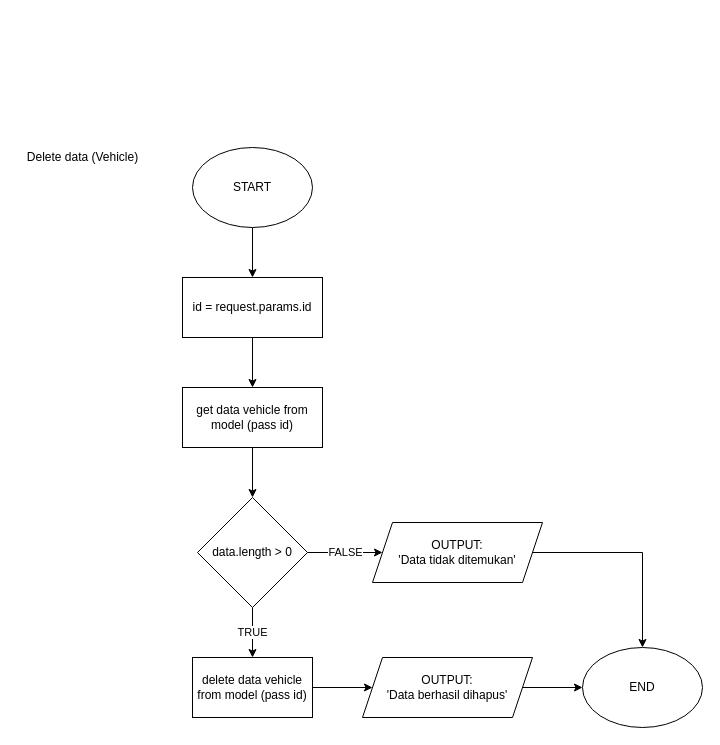
Before: page "Delete data (vehicle)" (4 of 6) of drawio/flowchart.drawio in 7shiroi/fw5-backend-beginner, a draw.io diagram. Source tidied: cells renumbered, new cells numbered last; positions are measured from the earlier drawing's top-left corner, leaving out a move shared by most shapes. Both pictures are drawn from the tidied source at 100%, with x=0, y=0 at pixel (17, 147).
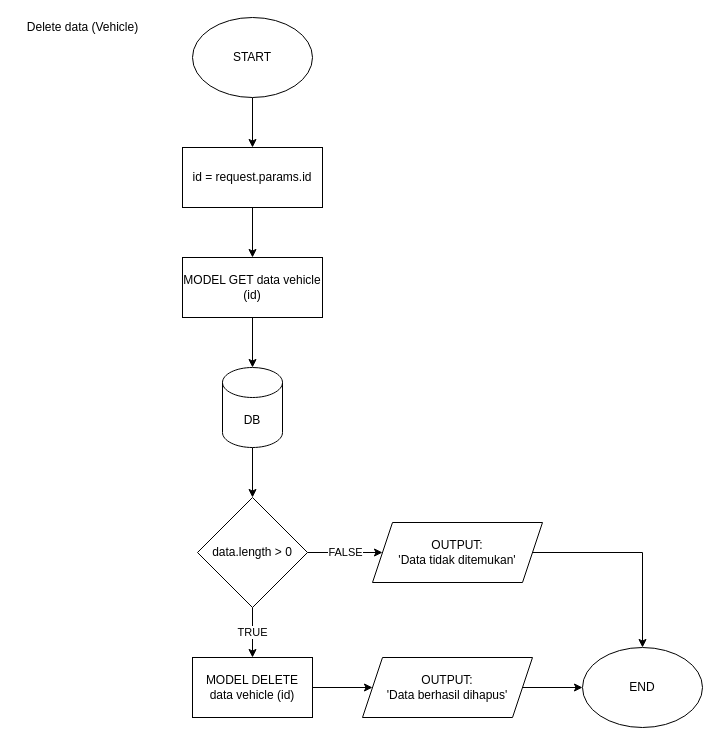
After the change.

The change refers to these unchanged cells:
```xml
<mxCell id="11" value="data.length &amp;gt; 0" style="rhombus;whiteSpace=wrap;html=1;" parent="1" vertex="1">
  <mxGeometry x="180" y="350" width="110" height="110" as="geometry" />
</mxCell>
```

Change to the diagram source:
```diff
@@
     <mxCell id="2" value="Delete data (Vehicle)" style="text;html=1;align=center;verticalAlign=middle;strokeColor=none;fillColor=none;" parent="1" vertex="1">
-      <mxGeometry width="130" height="20" as="geometry" />
+      <mxGeometry y="-130" width="130" height="20" as="geometry" />
     </mxCell>
@@
     <mxCell id="4" value="START" style="ellipse;whiteSpace=wrap;html=1;" parent="1" vertex="1">
-      <mxGeometry x="175" width="120" height="80" as="geometry" />
+      <mxGeometry x="175" y="-130" width="120" height="80" as="geometry" />
     </mxCell>
@@
     <mxCell id="6" value="id = request.params.id" style="rounded=0;whiteSpace=wrap;html=1;" parent="1" vertex="1">
-      <mxGeometry x="165" y="130" width="140" height="60" as="geometry" />
+      <mxGeometry x="165" width="140" height="60" as="geometry" />
     </mxCell>
-    <mxCell id="7" style="edgeStyle=orthogonalEdgeStyle;rounded=0;jettySize=auto;html=1;" parent="1" edge="1" source="8" target="11">
-      <mxGeometry relative="1" as="geometry" />
-    </mxCell>
+    <mxCell id="19" style="edgeStyle=orthogonalEdgeStyle;rounded=0;jettySize=auto;html=1;" parent="1" edge="1" source="8" target="21">
+      <mxGeometry relative="1" as="geometry" />
+    </mxCell>
-    <mxCell id="8" value="get data vehicle from model (pass id)" style="rounded=0;whiteSpace=wrap;html=1;" parent="1" vertex="1">
-      <mxGeometry x="165" y="240" width="140" height="60" as="geometry" />
+    <mxCell id="8" value="MODEL GET data vehicle (id)" style="rounded=0;whiteSpace=wrap;html=1;" parent="1" vertex="1">
+      <mxGeometry x="165" y="110" width="140" height="60" as="geometry" />
     </mxCell>
@@
-    <mxCell id="15" value="delete data vehicle from model (pass id)" style="rounded=0;whiteSpace=wrap;html=1;" parent="1" vertex="1">
+    <mxCell id="15" value="MODEL DELETE data vehicle (id)" style="rounded=0;whiteSpace=wrap;html=1;" parent="1" vertex="1">
       <mxGeometry x="175" y="510" width="120" height="60" as="geometry" />
     </mxCell>
@@
+    <mxCell id="20" style="edgeStyle=orthogonalEdgeStyle;rounded=0;jettySize=auto;html=1;" parent="1" edge="1" source="21" target="11">
+      <mxGeometry relative="1" as="geometry" />
+    </mxCell>
+    <mxCell id="21" value="DB" style="shape=cylinder3;whiteSpace=wrap;html=1;boundedLbl=1;backgroundOutline=1;size=15;" parent="1" vertex="1">
+      <mxGeometry x="205" y="220" width="60" height="80" as="geometry" />
+    </mxCell>
```
